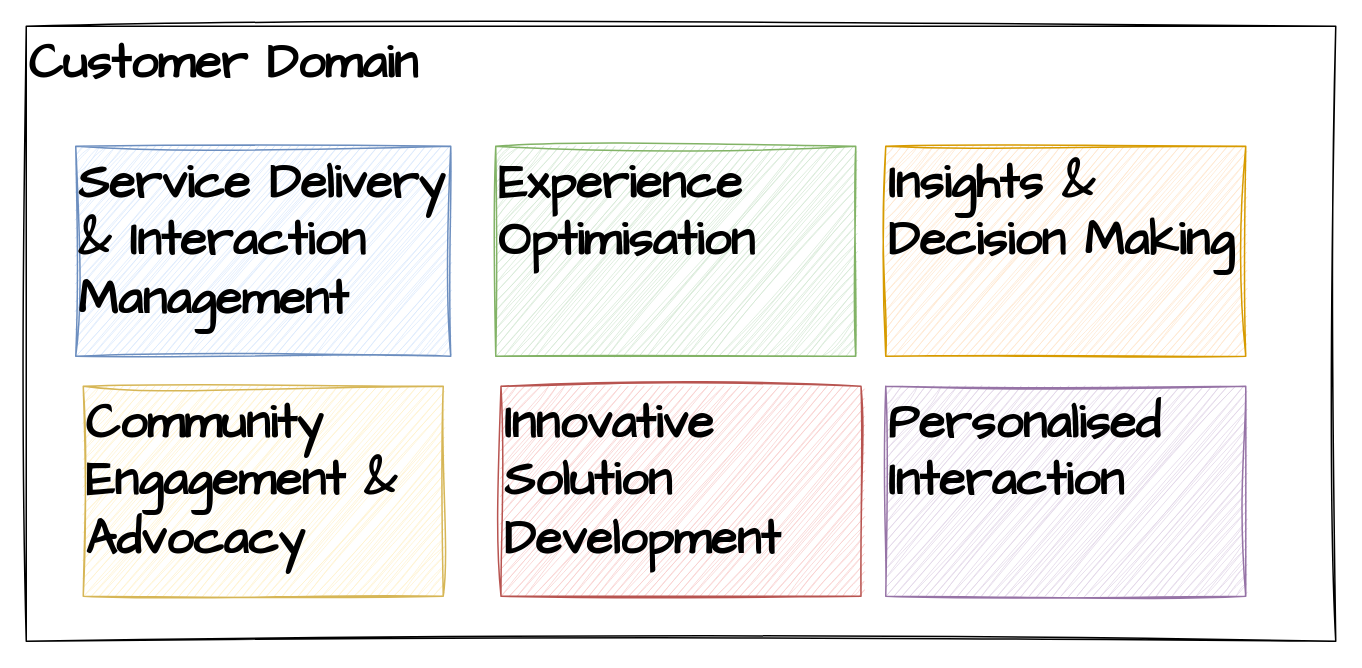
onlinepractice/digitalbanking keeps this draw.io diagram as page "Customer Domain - L0" (9 of 12) of Untitled Diagram.drawio. Above is the earlier version. Source tidied: cells renumbered, new cells numbered last; positions are measured from the earlier drawing's top-left corner, leaving out a move shared by most shapes. Both pictures are drawn from the tidied source at 150%, with x=0, y=0 at pixel (26, 26).
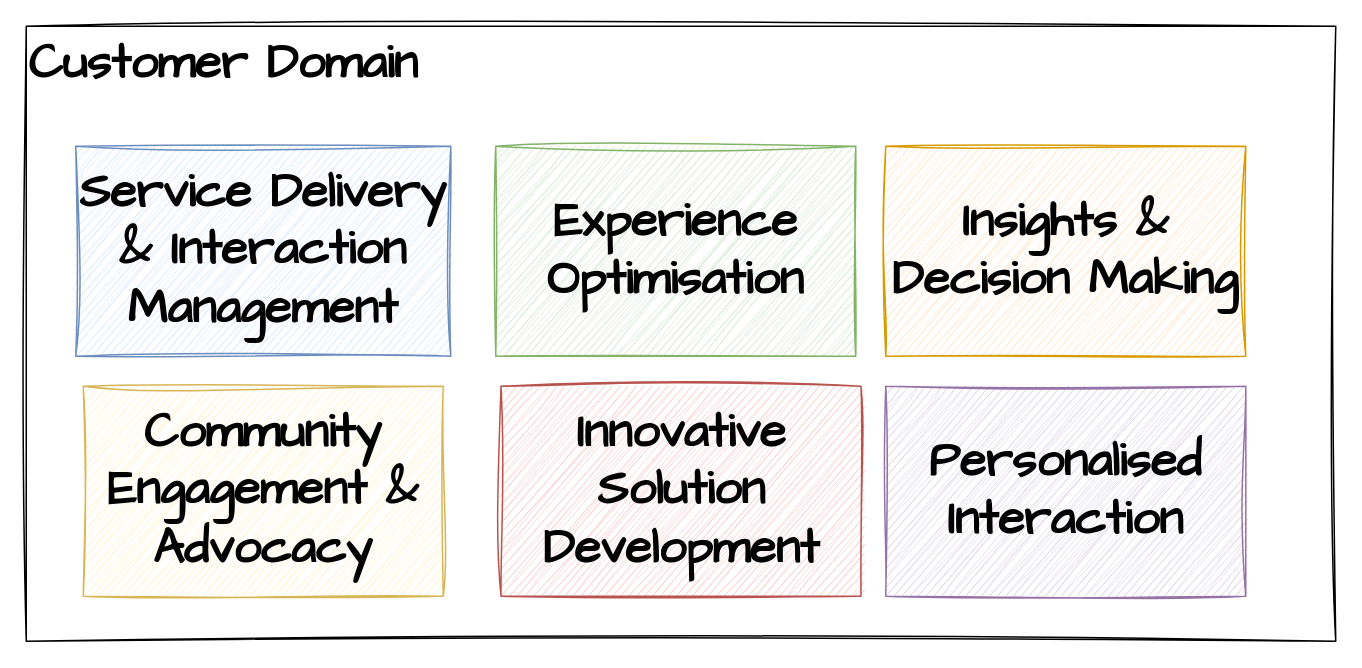
Above is the later version.

The edit, as a diff of the source:
```diff
@@
 <mxGraphModel>
   <root>
     <mxCell id="0" />
     <mxCell id="1" parent="0" />
     <mxCell id="2" value="Customer Domain" style="rounded=0;whiteSpace=wrap;html=1;sketch=1;hachureGap=4;jiggle=2;curveFitting=1;fontFamily=Architects Daughter;fontSize=32;align=left;verticalAlign=top;fontStyle=1;" parent="1" vertex="1">
       <mxGeometry width="873" height="410" as="geometry" />
     </mxCell>
-    <mxCell id="3" value="Service Delivery &amp;amp; Interaction Management" style="rounded=0;whiteSpace=wrap;html=1;sketch=1;hachureGap=4;jiggle=2;curveFitting=1;fontFamily=Architects Daughter;fontSize=32;align=left;verticalAlign=top;fontStyle=1;fillColor=#dae8fc;strokeColor=#6c8ebf;" parent="1" vertex="1">
+    <mxCell id="3" value="Service Delivery &amp;amp; Interaction Management" style="rounded=0;whiteSpace=wrap;html=1;sketch=1;hachureGap=4;jiggle=2;curveFitting=1;fontFamily=Architects Daughter;fontSize=32;align=center;verticalAlign=middle;fontStyle=1;fillColor=#dae8fc;strokeColor=#6c8ebf;" parent="1" vertex="1">
       <mxGeometry x="33" y="80" width="250" height="140" as="geometry" />
     </mxCell>
-    <mxCell id="4" value="Experience Optimisation" style="rounded=0;whiteSpace=wrap;html=1;sketch=1;hachureGap=4;jiggle=2;curveFitting=1;fontFamily=Architects Daughter;fontSize=32;align=left;verticalAlign=top;fontStyle=1;fillColor=#d5e8d4;strokeColor=#82b366;" parent="1" vertex="1">
+    <mxCell id="4" value="Experience Optimisation" style="rounded=0;whiteSpace=wrap;html=1;sketch=1;hachureGap=4;jiggle=2;curveFitting=1;fontFamily=Architects Daughter;fontSize=32;align=center;verticalAlign=middle;fontStyle=1;fillColor=#d5e8d4;strokeColor=#82b366;" parent="1" vertex="1">
       <mxGeometry x="313" y="80" width="240" height="140" as="geometry" />
     </mxCell>
-    <mxCell id="5" value="Insights &amp;amp; Decision Making" style="rounded=0;whiteSpace=wrap;html=1;sketch=1;hachureGap=4;jiggle=2;curveFitting=1;fontFamily=Architects Daughter;fontSize=32;align=left;verticalAlign=top;fontStyle=1;fillColor=#ffe6cc;strokeColor=#d79b00;" parent="1" vertex="1">
+    <mxCell id="5" value="Insights &amp;amp; Decision Making" style="rounded=0;whiteSpace=wrap;html=1;sketch=1;hachureGap=4;jiggle=2;curveFitting=1;fontFamily=Architects Daughter;fontSize=32;align=center;verticalAlign=middle;fontStyle=1;fillColor=#ffe6cc;strokeColor=#d79b00;" parent="1" vertex="1">
       <mxGeometry x="573" y="80" width="240" height="140" as="geometry" />
     </mxCell>
-    <mxCell id="6" value="Community Engagement &amp;amp; Advocacy" style="rounded=0;whiteSpace=wrap;html=1;sketch=1;hachureGap=4;jiggle=2;curveFitting=1;fontFamily=Architects Daughter;fontSize=32;align=left;verticalAlign=top;fontStyle=1;fillColor=#fff2cc;strokeColor=#d6b656;" parent="1" vertex="1">
+    <mxCell id="6" value="Community Engagement &amp;amp; Advocacy" style="rounded=0;whiteSpace=wrap;html=1;sketch=1;hachureGap=4;jiggle=2;curveFitting=1;fontFamily=Architects Daughter;fontSize=32;align=center;verticalAlign=middle;fontStyle=1;fillColor=#fff2cc;strokeColor=#d6b656;" parent="1" vertex="1">
       <mxGeometry x="38" y="240" width="240" height="140" as="geometry" />
     </mxCell>
-    <mxCell id="7" value="Innovative Solution Development" style="rounded=0;whiteSpace=wrap;html=1;sketch=1;hachureGap=4;jiggle=2;curveFitting=1;fontFamily=Architects Daughter;fontSize=32;align=left;verticalAlign=top;fontStyle=1;fillColor=#f8cecc;strokeColor=#b85450;" parent="1" vertex="1">
+    <mxCell id="7" value="Innovative Solution Development" style="rounded=0;whiteSpace=wrap;html=1;sketch=1;hachureGap=4;jiggle=2;curveFitting=1;fontFamily=Architects Daughter;fontSize=32;align=center;verticalAlign=middle;fontStyle=1;fillColor=#f8cecc;strokeColor=#b85450;" parent="1" vertex="1">
       <mxGeometry x="316.5" y="240" width="240" height="140" as="geometry" />
     </mxCell>
-    <mxCell id="8" value="Personalised Interaction" style="rounded=0;whiteSpace=wrap;html=1;sketch=1;hachureGap=4;jiggle=2;curveFitting=1;fontFamily=Architects Daughter;fontSize=32;align=left;verticalAlign=top;fontStyle=1;fillColor=#e1d5e7;strokeColor=#9673a6;" parent="1" vertex="1">
+    <mxCell id="8" value="Personalised Interaction" style="rounded=0;whiteSpace=wrap;html=1;sketch=1;hachureGap=4;jiggle=2;curveFitting=1;fontFamily=Architects Daughter;fontSize=32;align=center;verticalAlign=middle;fontStyle=1;fillColor=#e1d5e7;strokeColor=#9673a6;" parent="1" vertex="1">
       <mxGeometry x="573" y="240" width="240" height="140" as="geometry" />
     </mxCell>
   </root>
 </mxGraphModel>
```
